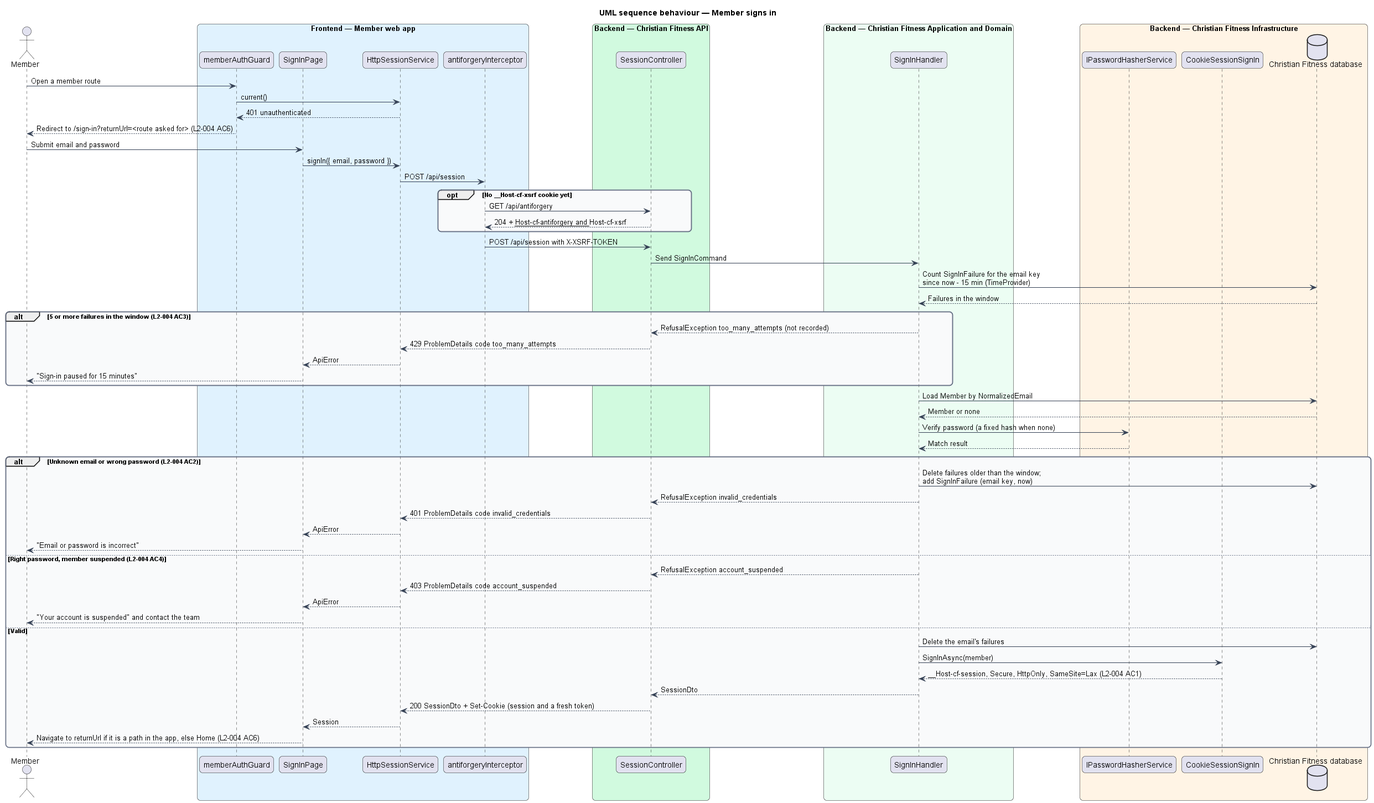
Before: docs/detailed-designs/member-access/sign-in-and-out/diagrams/sequence-sign-in.png, a diagram exported from PlantUML (QuinntyneBrown/christian-fitness).
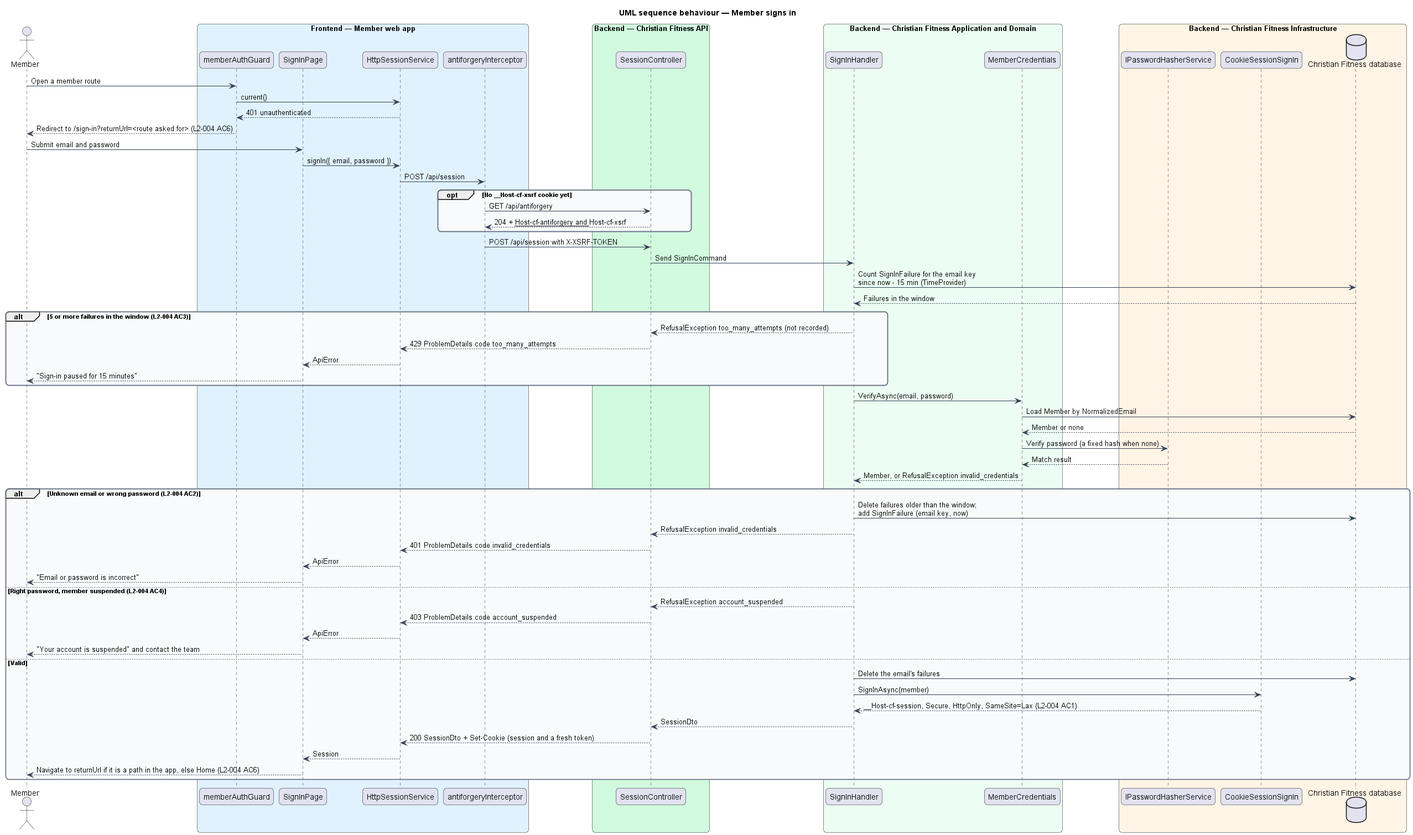
After the commit.

The edit, as a diff of the source:
```diff
@@ -26,6 +26,7 @@
 end box
 box "Backend — Christian Fitness Application and Domain" #ECFDF3
   participant "SignInHandler" as h
+  participant "MemberCredentials" as cred
 end box
 box "Backend — Christian Fitness Infrastructure" #FFF4E5
   participant "IPasswordHasherService" as hash
@@ -53,10 +54,12 @@
   client --> page : ApiError
   page --> actor : "Sign-in paused for 15 minutes"
 end
-h -> db : Load Member by NormalizedEmail
-db --> h : Member or none
-h -> hash : Verify password (a fixed hash when none)
-hash --> h : Match result
+h -> cred : VerifyAsync(email, password)
+cred -> db : Load Member by NormalizedEmail
+db --> cred : Member or none
+cred -> hash : Verify password (a fixed hash when none)
+hash --> cred : Match result
+cred --> h : Member, or RefusalException invalid_credentials
 alt Unknown email or wrong password (L2-004 AC2)
   h -> db : Delete failures older than the window;\nadd SignInFailure (email key, now)
   h --> ctrl : RefusalException invalid_credentials
```
